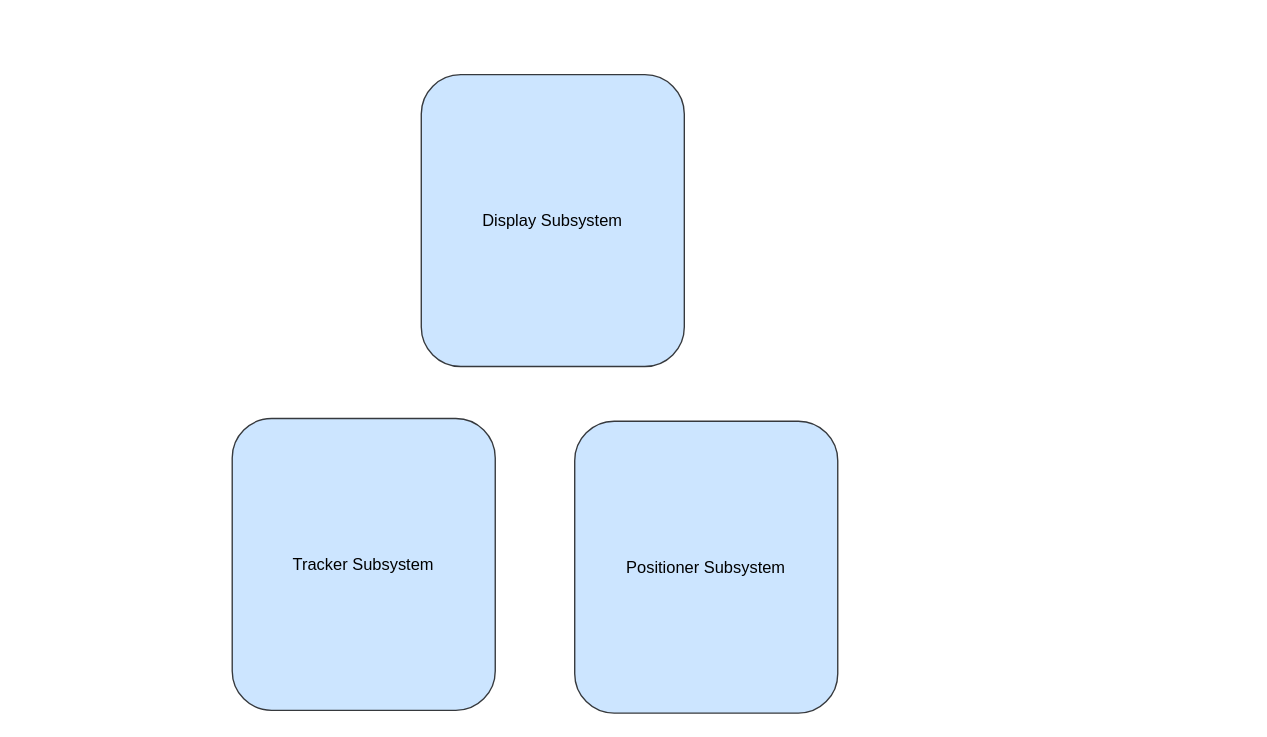
The draw.io diagram subsystem diagram.drawio in raleighcarsone/Ground-Station, before the edit. Source tidied: cells renumbered, new cells numbered last; positions are measured from the earlier drawing's top-left corner, leaving out a move shared by most shapes. Both pictures are drawn from the tidied source at 137%, with x=0, y=0 at pixel (232, 74).
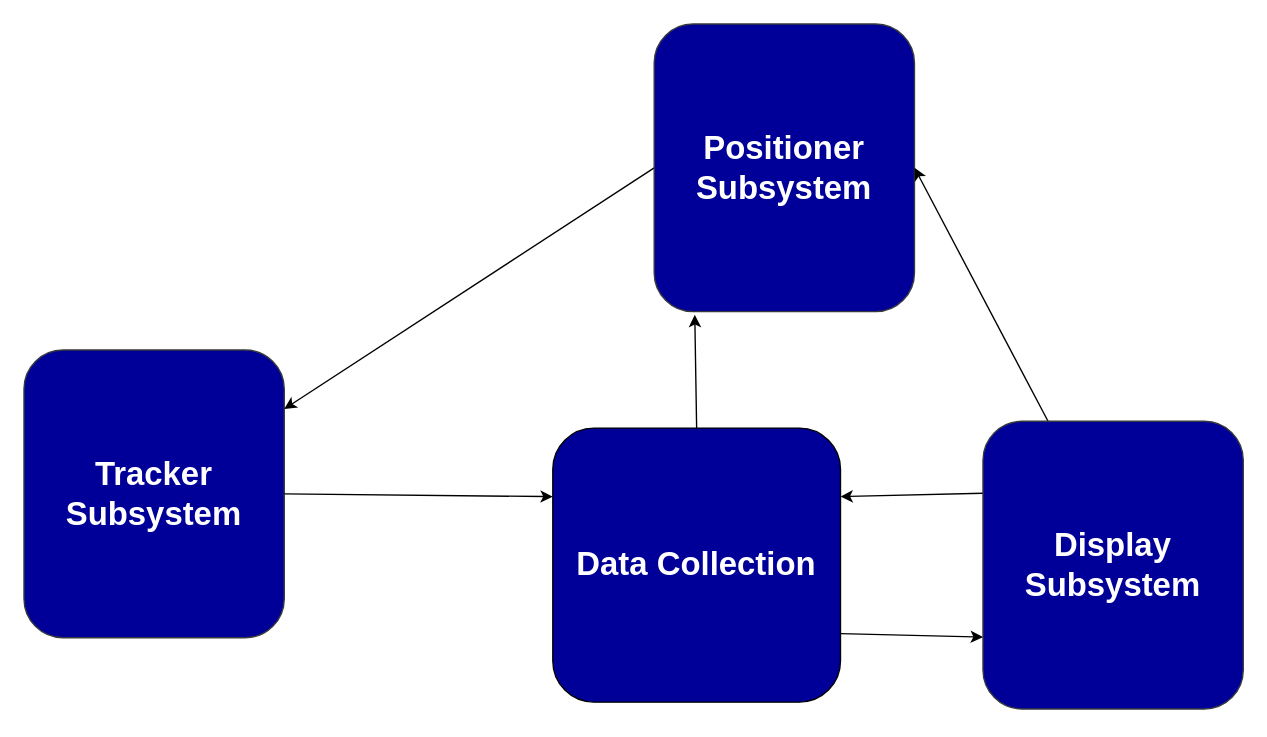
The same diagram, later.

Change to the diagram source:
```diff
@@
 <mxGraphModel>
   <root>
     <mxCell id="0" />
     <mxCell id="1" parent="0" />
-    <mxCell id="2" value="Tracker Subsystem" style="rounded=1;whiteSpace=wrap;html=1;hachureGap=4;fillColor=#cce5ff;strokeColor=#36393d;" parent="1" vertex="1">
-      <mxGeometry y="251" width="192" height="213" as="geometry" />
+    <mxCell id="2" value="&lt;h1&gt;&lt;font color=&quot;#ffffff&quot;&gt;Tracker Subsystem&lt;/font&gt;&lt;/h1&gt;" style="rounded=1;whiteSpace=wrap;html=1;hachureGap=4;fillColor=#000099;strokeColor=#36393d;" parent="1" vertex="1">
+      <mxGeometry x="-152" y="201" width="190" height="210" as="geometry" />
     </mxCell>
+    <mxCell id="5" style="edgeStyle=none;rounded=0;jettySize=auto;html=1;exitX=0;exitY=0.5;exitDx=0;exitDy=0;fontFamily=Helvetica;fontColor=#FFFFFF;" parent="1" edge="1" source="3" target="2">
+      <mxGeometry relative="1" as="geometry" />
+    </mxCell>
-    <mxCell id="3" value="Positioner Subsystem" style="rounded=1;whiteSpace=wrap;html=1;hachureGap=4;fillColor=#cce5ff;strokeColor=#36393d;" parent="1" vertex="1">
-      <mxGeometry x="250" y="253" width="192" height="213" as="geometry" />
+    <mxCell id="3" value="&lt;h1&gt;&lt;font color=&quot;#ffffff&quot;&gt;Positioner Subsystem&lt;/font&gt;&lt;/h1&gt;" style="rounded=1;whiteSpace=wrap;html=1;hachureGap=4;fillColor=#000099;strokeColor=#36393d;" parent="1" vertex="1">
+      <mxGeometry x="308" y="-37" width="190" height="210" as="geometry" />
     </mxCell>
+    <mxCell id="6" style="edgeStyle=none;rounded=0;jettySize=auto;html=1;exitX=0;exitY=0.25;exitDx=0;exitDy=0;entryX=1;entryY=0.25;entryDx=0;entryDy=0;fontFamily=Helvetica;fontColor=#FFFFFF;" parent="1" edge="1" source="4" target="10">
+      <mxGeometry relative="1" as="geometry" />
+    </mxCell>
+    <mxCell id="7" style="edgeStyle=none;rounded=0;jettySize=auto;html=1;exitX=0.25;exitY=0;exitDx=0;exitDy=0;entryX=1;entryY=0.5;entryDx=0;entryDy=0;fontFamily=Helvetica;fontColor=#FFFFFF;" parent="1" edge="1" source="4" target="3">
+      <mxGeometry relative="1" as="geometry" />
+    </mxCell>
-    <mxCell id="4" value="Display Subsystem" style="rounded=1;whiteSpace=wrap;html=1;hachureGap=4;fillColor=#cce5ff;strokeColor=#36393d;" parent="1" vertex="1">
-      <mxGeometry x="138" width="192" height="213" as="geometry" />
+    <mxCell id="4" value="&lt;h1&gt;&lt;font color=&quot;#ffffff&quot;&gt;Display Subsystem&lt;/font&gt;&lt;/h1&gt;" style="rounded=1;whiteSpace=wrap;html=1;hachureGap=4;fillColor=#000099;strokeColor=#36393d;" parent="1" vertex="1">
+      <mxGeometry x="548" y="253" width="190" height="210" as="geometry" />
     </mxCell>
+    <mxCell id="8" style="edgeStyle=none;rounded=0;jettySize=auto;html=1;exitX=1;exitY=0.75;exitDx=0;exitDy=0;entryX=0;entryY=0.75;entryDx=0;entryDy=0;fontFamily=Helvetica;fontColor=#FFFFFF;" parent="1" edge="1" source="10" target="4">
+      <mxGeometry relative="1" as="geometry" />
+    </mxCell>
+    <mxCell id="9" style="edgeStyle=none;rounded=0;jettySize=auto;html=1;exitX=0.5;exitY=0;exitDx=0;exitDy=0;entryX=0.156;entryY=1.011;entryDx=0;entryDy=0;fontFamily=Helvetica;fontColor=#FFFFFF;entryPerimeter=0;" parent="1" edge="1" source="10" target="3">
+      <mxGeometry relative="1" as="geometry" />
+    </mxCell>
+    <mxCell id="10" value="&lt;h1&gt;&lt;font color=&quot;#ffffff&quot;&gt;Data Collection&lt;/font&gt;&lt;/h1&gt;" style="rounded=1;whiteSpace=wrap;html=1;fillColor=#000099;" parent="1" vertex="1">
+      <mxGeometry x="234" y="258" width="210" height="200" as="geometry" />
+    </mxCell>
+    <mxCell id="11" style="endArrow=classic;html=1;rounded=0;fontFamily=Helvetica;fontColor=#FFFFFF;entryX=0;entryY=0.25;entryDx=0;entryDy=0;exitX=1;exitY=0.5;exitDx=0;exitDy=0;" parent="1" edge="1" source="2" target="10">
+      <mxGeometry relative="1" as="geometry" />
+    </mxCell>
   </root>
 </mxGraphModel>
```
